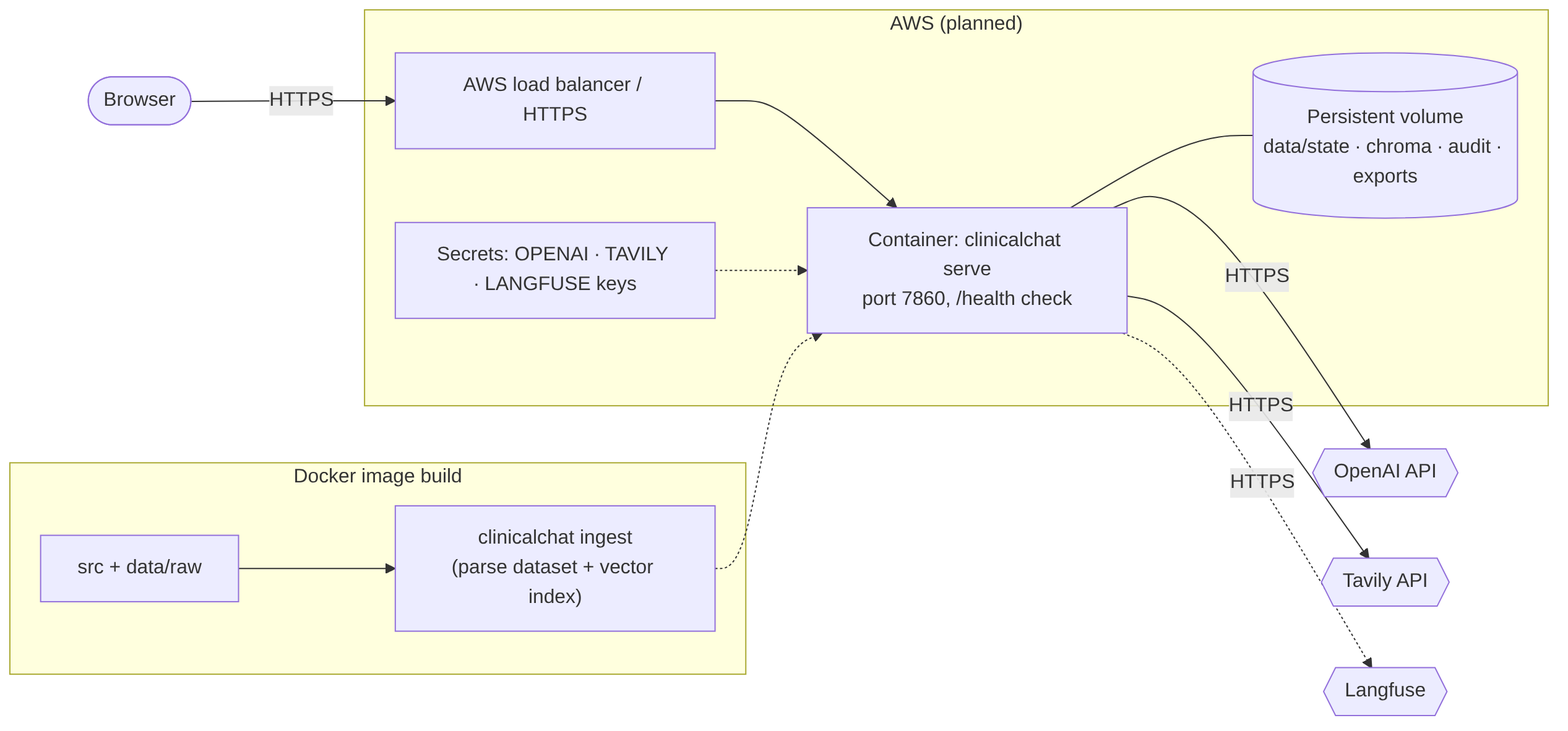
This is docs/diagrams/08-deployment.png from surisuraj9/ClinicalChat, a Mermaid export, as it was before one commit. Its source is kept beside it as docs/diagrams/src/08-deployment.mmd. Its diagram source:
```mermaid
flowchart LR
    U([Browser]) -->|"HTTPS"| ALB["AWS load balancer / HTTPS"]
    subgraph AWS["AWS (planned)"]
        ALB --> APP["Container: clinicalchat serve<br/>port 7860, /health check"]
        APP --- VOL[("Persistent volume<br/>data/state · chroma · audit · exports")]
        SEC["Secrets: OPENAI · TAVILY · LANGFUSE keys"] -.-> APP
    end
    APP -->|"HTTPS"| OAI{{"OpenAI API"}}
    APP -->|"HTTPS"| TAV{{"Tavily API"}}
    APP -.->|"HTTPS"| LF{{"Langfuse"}}
    subgraph BUILD["Docker image build"]
        SRC["src + data/raw"] --> ING["clinicalchat ingest<br/>(parse dataset + vector index)"]
    end
    ING -.-> APP
```
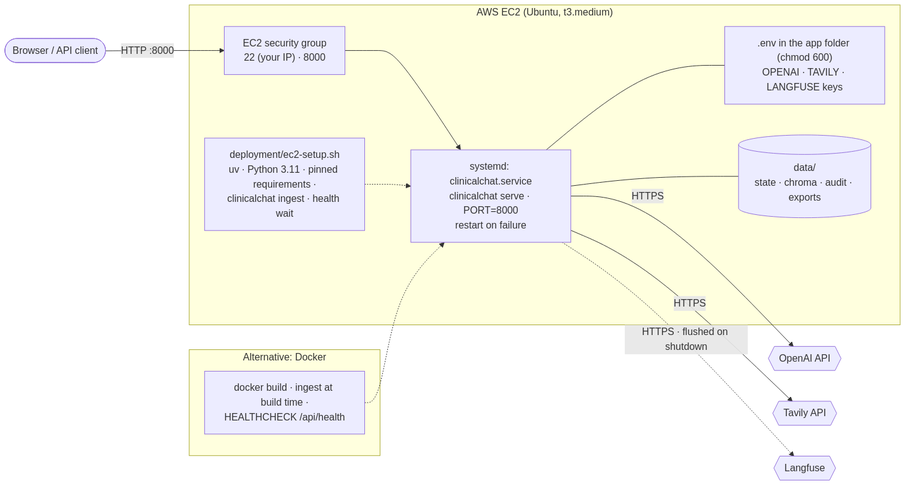
The same diagram one commit later.

Diff of the diagram source:
```diff
@@ -1,14 +1,15 @@
 flowchart LR
-    U([Browser]) -->|"HTTPS"| ALB["AWS load balancer / HTTPS"]
-    subgraph AWS["AWS (planned)"]
-        ALB --> APP["Container: clinicalchat serve<br/>port 7860, /health check"]
-        APP --- VOL[("Persistent volume<br/>data/state · chroma · audit · exports")]
-        SEC["Secrets: OPENAI · TAVILY · LANGFUSE keys"] -.-> APP
+    U([Browser / API client]) -->|"HTTP :8000"| SG["EC2 security group<br/>22 (your IP) · 8000"]
+    subgraph EC2["AWS EC2 (Ubuntu, t3.medium)"]
+        SG --> SVC["systemd: clinicalchat.service<br/>clinicalchat serve · PORT=8000<br/>restart on failure"]
+        SVC --- ENV[".env in the app folder (chmod 600)<br/>OPENAI · TAVILY · LANGFUSE keys"]
+        SVC --- VOL[("data/<br/>state · chroma · audit · exports")]
+        SETUP["deployment/ec2-setup.sh<br/>uv · Python 3.11 · pinned requirements ·<br/>clinicalchat ingest · health wait"] -.-> SVC
     end
-    APP -->|"HTTPS"| OAI{{"OpenAI API"}}
-    APP -->|"HTTPS"| TAV{{"Tavily API"}}
-    APP -.->|"HTTPS"| LF{{"Langfuse"}}
-    subgraph BUILD["Docker image build"]
-        SRC["src + data/raw"] --> ING["clinicalchat ingest<br/>(parse dataset + vector index)"]
+    SVC -->|"HTTPS"| OAI{{"OpenAI API"}}
+    SVC -->|"HTTPS"| TAV{{"Tavily API"}}
+    SVC -.->|"HTTPS · flushed on shutdown"| LF{{"Langfuse"}}
+    subgraph ALT["Alternative: Docker"]
+        IMG["docker build · ingest at build time ·<br/>HEALTHCHECK /api/health"]
     end
-    ING -.-> APP
+    IMG -.-> SVC
```
